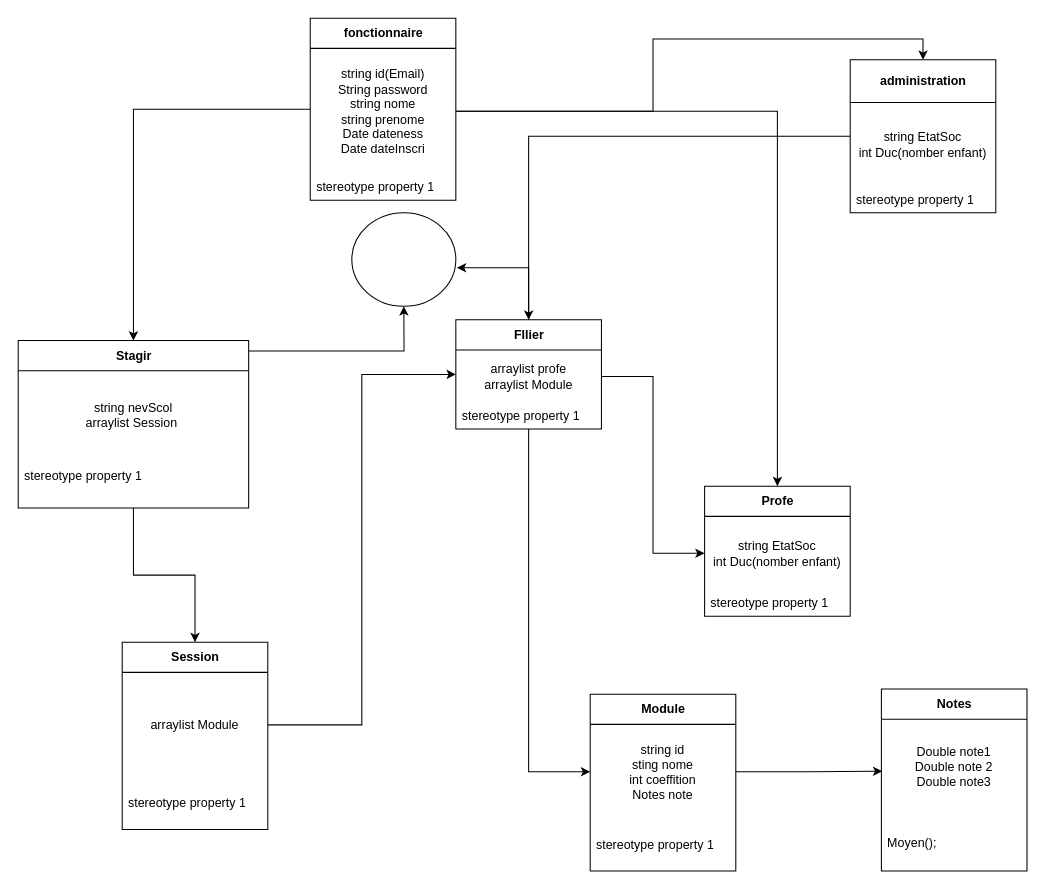
Before: Untitled Diagram.drawio in AnasElii/Ayman01, a draw.io diagram. Source tidied: cells renumbered, new cells numbered last; positions are measured from the earlier drawing's top-left corner, leaving out a move shared by most shapes. Both pictures are drawn from the tidied source at 104%, with x=0, y=0 at pixel (18, 18).
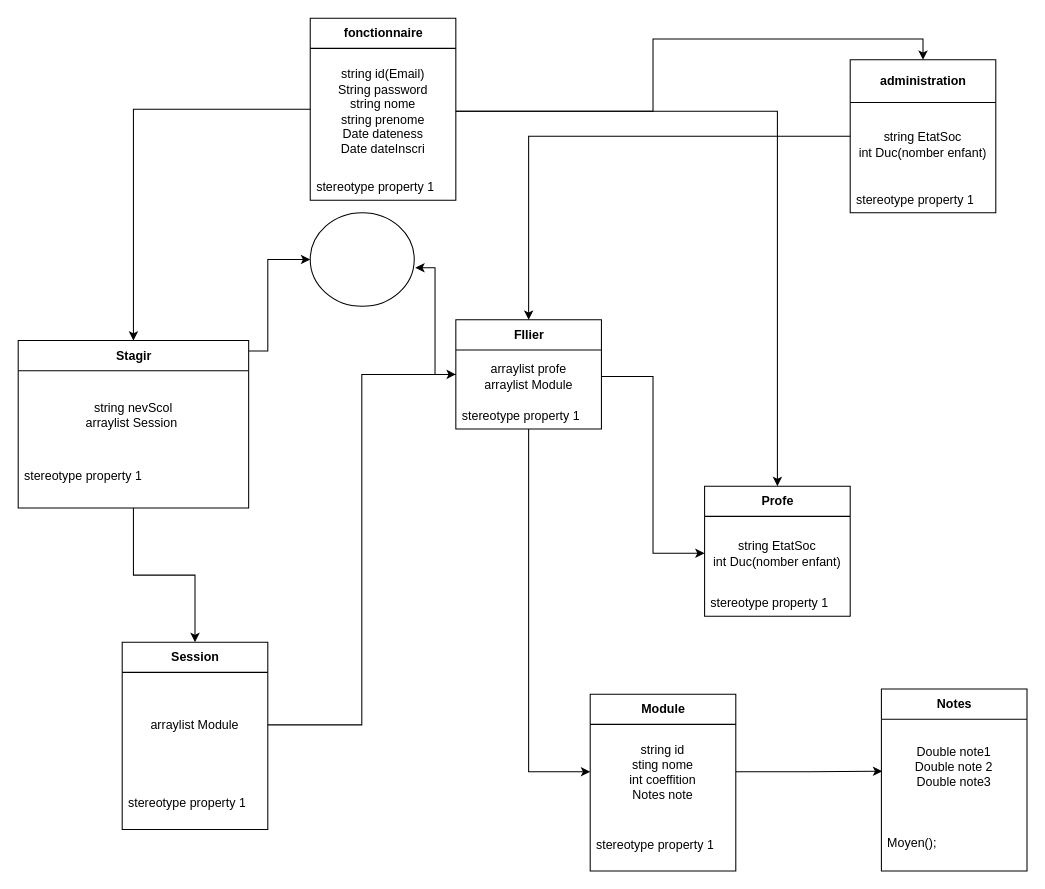
After the change.

The change refers to these unchanged cells:
```xml
<mxCell id="4" value="Stagir" style="swimlane;fontStyle=1;align=center;verticalAlign=middle;horizontal=1;startSize=29;html=1;" parent="1" vertex="1">
  <mxGeometry y="310" width="221.6" height="161" as="geometry" />
</mxCell>
```

Diff of the diagram source:
```diff
@@
-    <mxCell id="3" style="edgeStyle=orthogonalEdgeStyle;rounded=0;jettySize=auto;html=1;endArrow=classic;endFill=1;" parent="1" edge="1" source="4" target="18">
+    <mxCell id="3" style="edgeStyle=orthogonalEdgeStyle;rounded=0;jettySize=auto;html=1;endArrow=classic;endFill=1;entryX=0;entryY=0.5;entryDx=0;entryDy=0;" parent="1" edge="1" source="4" target="18">
       <mxGeometry relative="1" as="geometry">
         <Array as="points">
-          <mxPoint x="371" y="320" />
+          <mxPoint x="240" y="320" />
+          <mxPoint x="240" y="232" />
         </Array>
       </mxGeometry>
     </mxCell>
@@
     <mxCell id="18" style="ellipse;whiteSpace=wrap;html=1;align=center;rotation=0;" parent="1" vertex="1">
-      <mxGeometry x="320.8" y="187" width="100" height="90" as="geometry" />
+      <mxGeometry x="280.8" y="187" width="100" height="90" as="geometry" />
     </mxCell>
```
